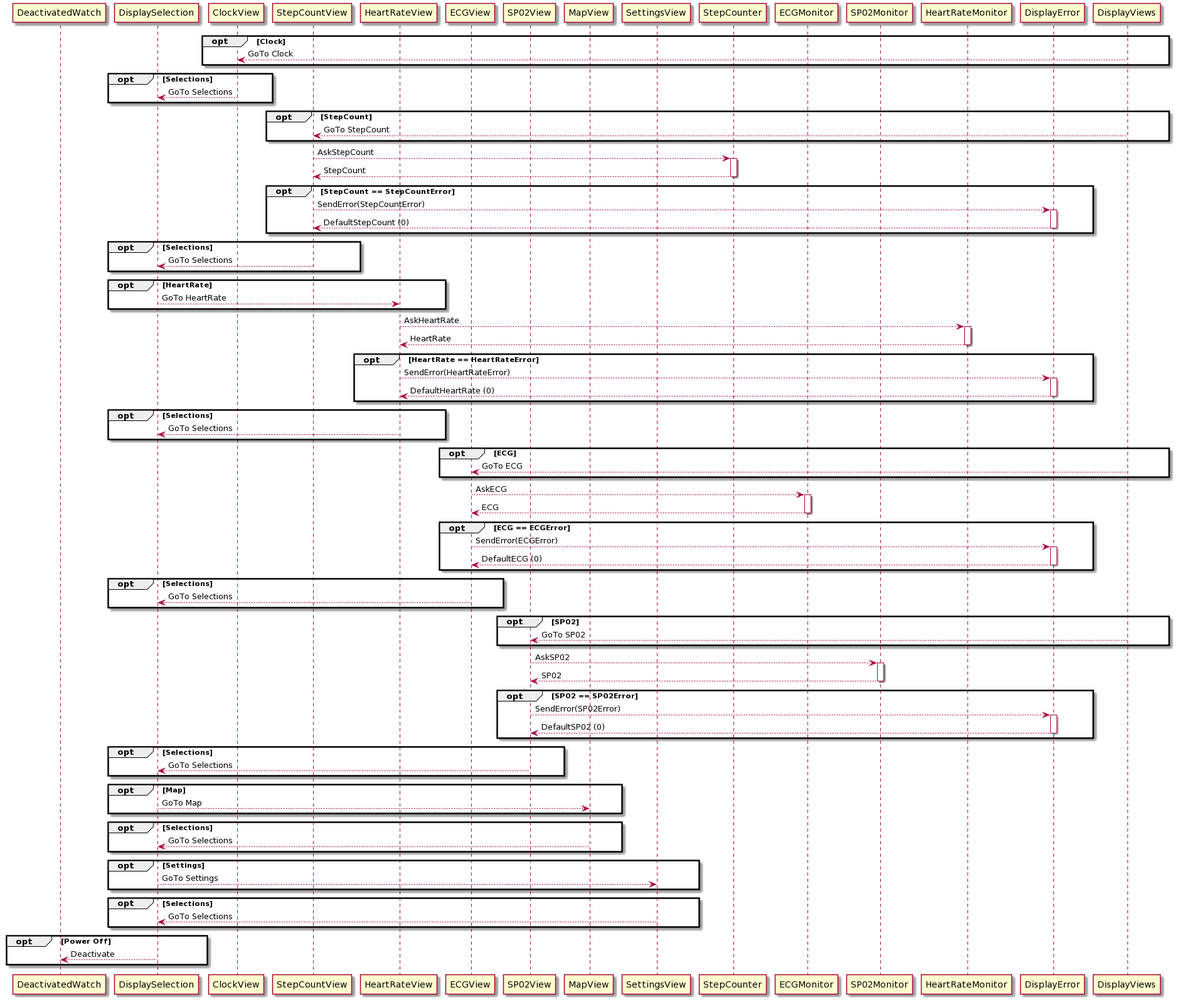
Before: uml/sequence_diagrams/DisplayViewSequence.png, a diagram exported from PlantUML (markroche92/sw-eng-smart-watch).
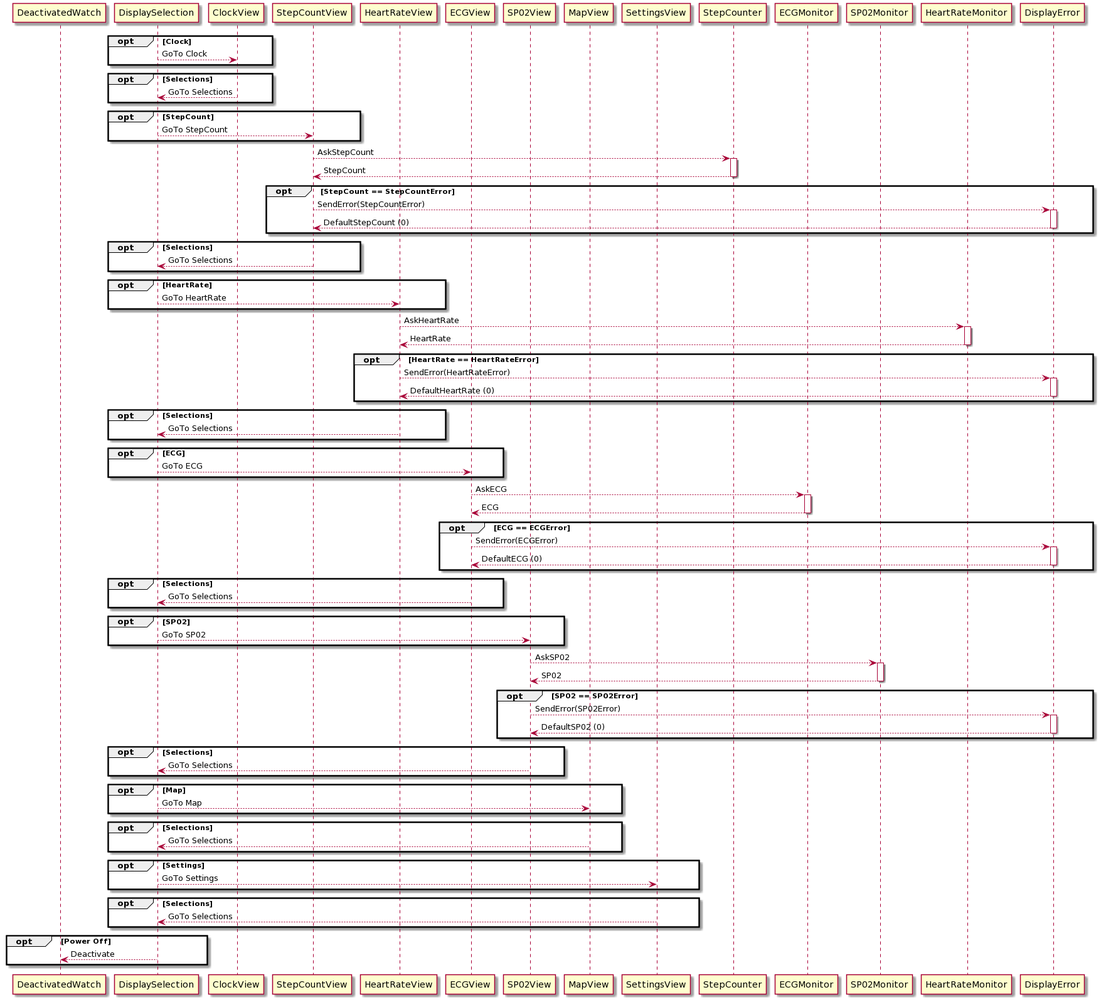
After the commit.

What changed in the source:
```diff
@@ -17,13 +17,13 @@
 
 
 opt Clock
-  DisplayViews --> ClockView : GoTo Clock
+  DisplaySelection --> ClockView : GoTo Clock
 end
 opt Selections
   ClockView --> DisplaySelection : GoTo Selections
 end
 opt StepCount
-  DisplayViews --> StepCountView : GoTo StepCount
+  DisplaySelection --> StepCountView : GoTo StepCount
 end
 StepCountView --> StepCounter : AskStepCount
 Activate StepCounter
@@ -55,7 +55,7 @@
   HeartRateView --> DisplaySelection : GoTo Selections
 end
 opt ECG
-  DisplayViews --> ECGView : GoTo ECG
+  DisplaySelection --> ECGView : GoTo ECG
 end
 ECGView --> ECGMonitor: AskECG
 Activate ECGMonitor
@@ -71,7 +71,7 @@
   ECGView --> DisplaySelection : GoTo Selections
 end
 opt SP02
-  DisplayViews --> SP02View : GoTo SP02
+  DisplaySelection --> SP02View : GoTo SP02
 end
 SP02View --> SP02Monitor: AskSP02
 Activate SP02Monitor
```
